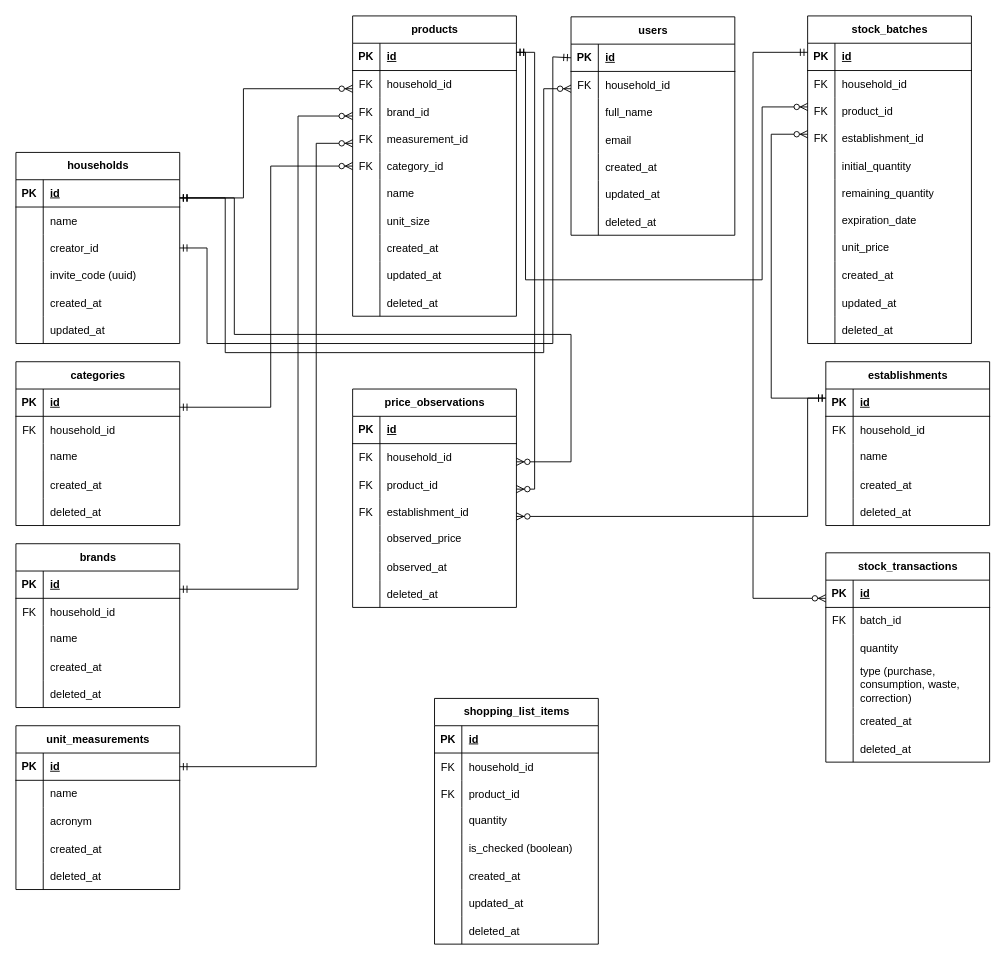
The draw.io diagram digital-pantry.drawio in dev-joaovitor/despensa-digital, before the edit. Source tidied: cells renumbered, new cells numbered last; positions are measured from the earlier drawing's top-left corner, leaving out a move shared by most shapes. Both pictures are drawn from the tidied source at 91%, with x=0, y=0 at pixel (15, 15).
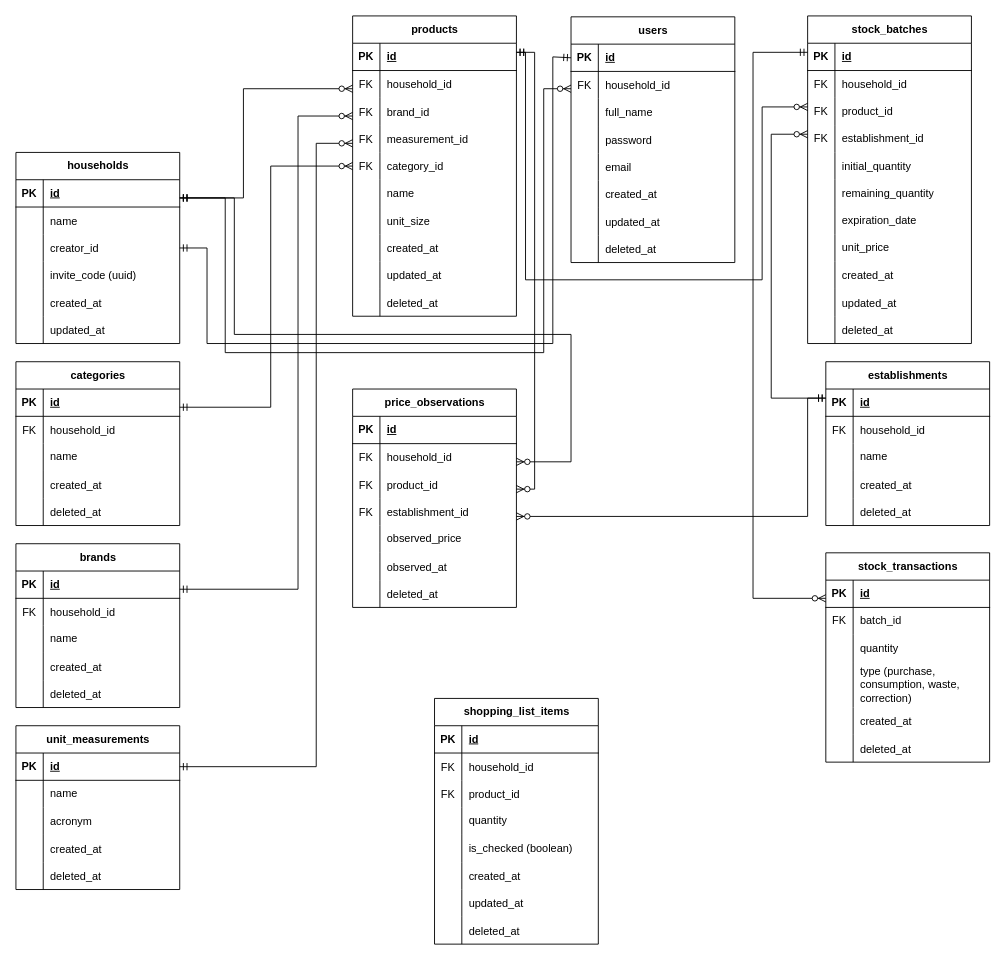
The same diagram, later.

Commit message:
docs(draw.io): add user password

Diff of the diagram source:
```diff
@@
     <mxCell id="173" value="users" style="shape=table;startSize=30;childLayout=tableLayout;rowLines=0;fontStyle=1;align=center;html=1;" parent="1" vertex="1">
-      <mxGeometry x="610" y="1" width="180" height="240" as="geometry" />
+      <mxGeometry x="610" y="1" width="180" height="270" as="geometry" />
     </mxCell>
@@
+    <mxCell id="250" style="shape=tableRow;horizontal=0;startSize=0;swimlaneHead=0;swimlaneBody=0;fillColor=none;top=0;left=0;right=0;bottom=0;" parent="173" vertex="1">
+      <mxGeometry y="120" width="180" height="30" as="geometry" />
+    </mxCell>
+    <mxCell id="251" style="shape=partialRectangle;fillColor=none;top=0;left=0;bottom=0;right=0;overflow=hidden;" parent="250" vertex="1">
+      <mxGeometry width="30" height="30" as="geometry" />
+    </mxCell>
+    <mxCell id="252" value="password" style="shape=partialRectangle;fillColor=none;top=0;left=0;bottom=0;right=0;align=left;spacingLeft=6;overflow=hidden;" parent="250" vertex="1">
+      <mxGeometry x="30" width="150" height="30" as="geometry" />
+    </mxCell>
     <mxCell id="183" style="shape=tableRow;horizontal=0;startSize=0;swimlaneHead=0;swimlaneBody=0;fillColor=none;top=0;left=0;right=0;bottom=0;" parent="173" vertex="1">
-      <mxGeometry y="120" width="180" height="30" as="geometry" />
+      <mxGeometry y="150" width="180" height="30" as="geometry" />
     </mxCell>
@@
     <mxCell id="186" style="shape=tableRow;horizontal=0;startSize=0;swimlaneHead=0;swimlaneBody=0;fillColor=none;top=0;left=0;right=0;bottom=0;" parent="173" vertex="1">
-      <mxGeometry y="150" width="180" height="30" as="geometry" />
+      <mxGeometry y="180" width="180" height="30" as="geometry" />
     </mxCell>
@@
     <mxCell id="189" style="shape=tableRow;horizontal=0;startSize=0;swimlaneHead=0;swimlaneBody=0;fillColor=none;top=0;left=0;right=0;bottom=0;" parent="173" vertex="1">
-      <mxGeometry y="180" width="180" height="30" as="geometry" />
+      <mxGeometry y="210" width="180" height="30" as="geometry" />
     </mxCell>
@@
     <mxCell id="192" style="shape=tableRow;horizontal=0;startSize=0;swimlaneHead=0;swimlaneBody=0;fillColor=none;top=0;left=0;right=0;bottom=0;" parent="173" vertex="1">
-      <mxGeometry y="210" width="180" height="30" as="geometry" />
+      <mxGeometry y="240" width="180" height="30" as="geometry" />
     </mxCell>
```
